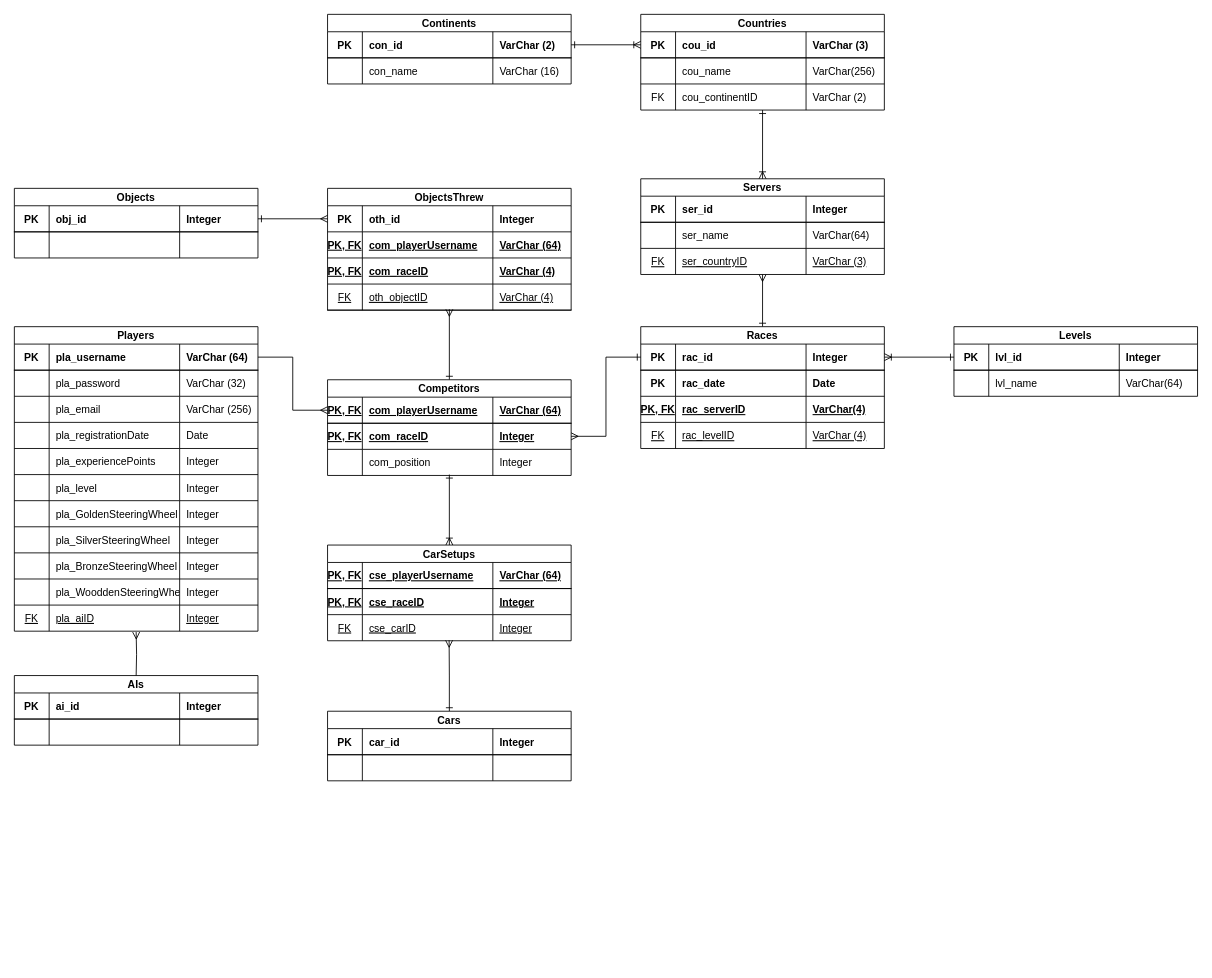
Earlier version of the draw.io diagram page "Base de Datos" (3 of 3) of Producto/Diseño/Diagramas.drawio (eespunes/Desarrollo-de-un-Prototipo-de-Videojuego-en-Red). Source tidied: cells renumbered, new cells numbered last; positions are measured from the earlier drawing's top-left corner, leaving out a move shared by most shapes. Both pictures are drawn from the tidied source at 87%, with x=0, y=0 at pixel (14, 14).
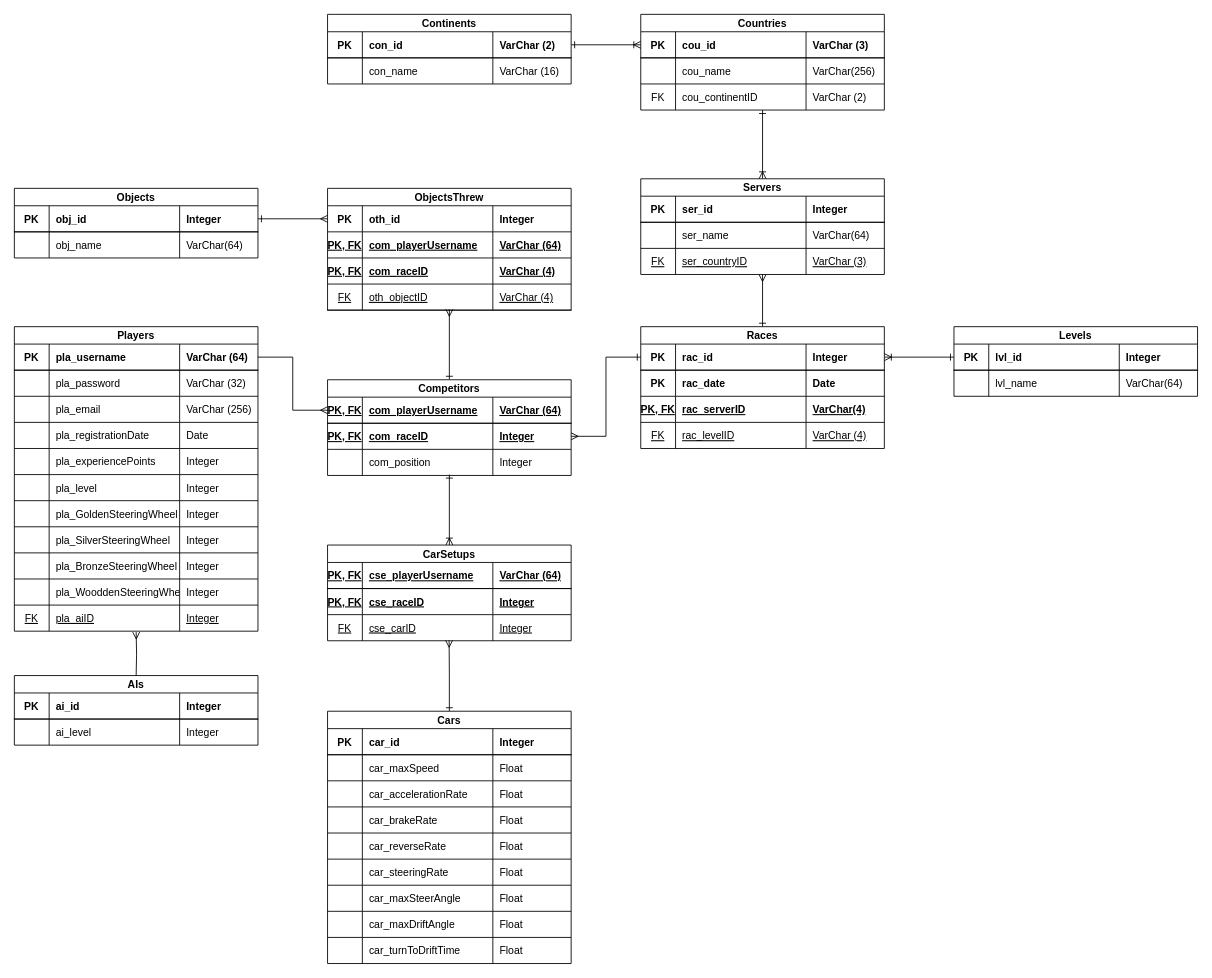
Above is the later version.

Unchanged cells that the change refers to:
```xml
<mxCell id="138" style="shape=partialRectangle;fillColor=none;top=0;left=0;bottom=0;right=0;" parent="133" vertex="1">
  <mxGeometry y="50" width="280" height="30" as="geometry" />
</mxCell>
<mxCell id="147" style="shape=partialRectangle;fillColor=none;top=0;left=0;bottom=0;right=0;" parent="142" vertex="1">
  <mxGeometry y="50" width="280" height="30" as="geometry" />
</mxCell>
<mxCell id="167" style="shape=partialRectangle;fillColor=none;top=0;left=0;bottom=0;right=0;" parent="162" vertex="1">
  <mxGeometry y="50" width="280" height="30" as="geometry" />
</mxCell>
```

The edit, as a diff of the source:
```diff
@@
     <mxCell id="133" value="Cars" style="shape=table;startSize=20;childLayout=tableLayout;rowLines=1;fontStyle=1;align=center;" parent="1" vertex="1">
-      <mxGeometry x="360" y="801" width="280" height="80" as="geometry" />
+      <mxGeometry x="360" y="801" width="280" height="290" as="geometry" />
     </mxCell>
@@
-    <mxCell id="140" style="shape=partialRectangle;fillColor=none;top=0;left=0;bottom=0;right=0;align=left;spacingLeft=6;overflow=hidden;fontStyle=0;" parent="138" vertex="1">
+    <mxCell id="140" value="car_maxSpeed" style="shape=partialRectangle;fillColor=none;top=0;left=0;bottom=0;right=0;align=left;spacingLeft=6;overflow=hidden;fontStyle=0;" parent="138" vertex="1">
       <mxGeometry x="40" width="150" height="30" as="geometry" />
     </mxCell>
-    <mxCell id="141" style="shape=partialRectangle;fillColor=none;top=0;left=0;bottom=0;right=0;align=left;spacingLeft=6;overflow=hidden;fontStyle=0;" parent="138" vertex="1">
+    <mxCell id="141" value="Float" style="shape=partialRectangle;fillColor=none;top=0;left=0;bottom=0;right=0;align=left;spacingLeft=6;overflow=hidden;fontStyle=0;" parent="138" vertex="1">
       <mxGeometry x="190" width="90" height="30" as="geometry" />
     </mxCell>
+    <mxCell id="189" style="shape=partialRectangle;fillColor=none;top=0;left=0;bottom=0;right=0;" parent="133" vertex="1">
+      <mxGeometry y="80" width="280" height="30" as="geometry" />
+    </mxCell>
+    <mxCell id="190" style="shape=partialRectangle;fillColor=none;top=0;left=0;bottom=0;right=0;overflow=hidden;" parent="189" vertex="1">
+      <mxGeometry width="40" height="30" as="geometry" />
+    </mxCell>
+    <mxCell id="191" value="car_accelerationRate" style="shape=partialRectangle;fillColor=none;top=0;left=0;bottom=0;right=0;align=left;spacingLeft=6;overflow=hidden;fontStyle=0;" parent="189" vertex="1">
+      <mxGeometry x="40" width="150" height="30" as="geometry" />
+    </mxCell>
+    <mxCell id="192" value="Float" style="shape=partialRectangle;fillColor=none;top=0;left=0;bottom=0;right=0;align=left;spacingLeft=6;overflow=hidden;fontStyle=0;" parent="189" vertex="1">
+      <mxGeometry x="190" width="90" height="30" as="geometry" />
+    </mxCell>
+    <mxCell id="193" style="shape=partialRectangle;fillColor=none;top=0;left=0;bottom=0;right=0;" parent="133" vertex="1">
+      <mxGeometry y="110" width="280" height="30" as="geometry" />
+    </mxCell>
+    <mxCell id="194" style="shape=partialRectangle;fillColor=none;top=0;left=0;bottom=0;right=0;overflow=hidden;" parent="193" vertex="1">
+      <mxGeometry width="40" height="30" as="geometry" />
+    </mxCell>
+    <mxCell id="195" value="car_brakeRate" style="shape=partialRectangle;fillColor=none;top=0;left=0;bottom=0;right=0;align=left;spacingLeft=6;overflow=hidden;fontStyle=0;" parent="193" vertex="1">
+      <mxGeometry x="40" width="150" height="30" as="geometry" />
+    </mxCell>
+    <mxCell id="196" value="Float" style="shape=partialRectangle;fillColor=none;top=0;left=0;bottom=0;right=0;align=left;spacingLeft=6;overflow=hidden;fontStyle=0;" parent="193" vertex="1">
+      <mxGeometry x="190" width="90" height="30" as="geometry" />
+    </mxCell>
+    <mxCell id="197" style="shape=partialRectangle;fillColor=none;top=0;left=0;bottom=0;right=0;" parent="133" vertex="1">
+      <mxGeometry y="140" width="280" height="30" as="geometry" />
+    </mxCell>
+    <mxCell id="198" style="shape=partialRectangle;fillColor=none;top=0;left=0;bottom=0;right=0;overflow=hidden;" parent="197" vertex="1">
+      <mxGeometry width="40" height="30" as="geometry" />
+    </mxCell>
+    <mxCell id="199" value="car_reverseRate" style="shape=partialRectangle;fillColor=none;top=0;left=0;bottom=0;right=0;align=left;spacingLeft=6;overflow=hidden;fontStyle=0;" parent="197" vertex="1">
+      <mxGeometry x="40" width="150" height="30" as="geometry" />
+    </mxCell>
+    <mxCell id="200" value="Float" style="shape=partialRectangle;fillColor=none;top=0;left=0;bottom=0;right=0;align=left;spacingLeft=6;overflow=hidden;fontStyle=0;" parent="197" vertex="1">
+      <mxGeometry x="190" width="90" height="30" as="geometry" />
+    </mxCell>
+    <mxCell id="201" style="shape=partialRectangle;fillColor=none;top=0;left=0;bottom=0;right=0;" parent="133" vertex="1">
+      <mxGeometry y="170" width="280" height="30" as="geometry" />
+    </mxCell>
+    <mxCell id="202" style="shape=partialRectangle;fillColor=none;top=0;left=0;bottom=0;right=0;overflow=hidden;" parent="201" vertex="1">
+      <mxGeometry width="40" height="30" as="geometry" />
+    </mxCell>
+    <mxCell id="203" value="car_steeringRate" style="shape=partialRectangle;fillColor=none;top=0;left=0;bottom=0;right=0;align=left;spacingLeft=6;overflow=hidden;fontStyle=0;" parent="201" vertex="1">
+      <mxGeometry x="40" width="150" height="30" as="geometry" />
+    </mxCell>
+    <mxCell id="204" value="Float" style="shape=partialRectangle;fillColor=none;top=0;left=0;bottom=0;right=0;align=left;spacingLeft=6;overflow=hidden;fontStyle=0;" parent="201" vertex="1">
+      <mxGeometry x="190" width="90" height="30" as="geometry" />
+    </mxCell>
+    <mxCell id="205" style="shape=partialRectangle;fillColor=none;top=0;left=0;bottom=0;right=0;" parent="133" vertex="1">
+      <mxGeometry y="200" width="280" height="30" as="geometry" />
+    </mxCell>
+    <mxCell id="206" style="shape=partialRectangle;fillColor=none;top=0;left=0;bottom=0;right=0;overflow=hidden;" parent="205" vertex="1">
+      <mxGeometry width="40" height="30" as="geometry" />
+    </mxCell>
+    <mxCell id="207" value="car_maxSteerAngle" style="shape=partialRectangle;fillColor=none;top=0;left=0;bottom=0;right=0;align=left;spacingLeft=6;overflow=hidden;fontStyle=0;" parent="205" vertex="1">
+      <mxGeometry x="40" width="150" height="30" as="geometry" />
+    </mxCell>
+    <mxCell id="208" value="Float" style="shape=partialRectangle;fillColor=none;top=0;left=0;bottom=0;right=0;align=left;spacingLeft=6;overflow=hidden;fontStyle=0;" parent="205" vertex="1">
+      <mxGeometry x="190" width="90" height="30" as="geometry" />
+    </mxCell>
+    <mxCell id="209" style="shape=partialRectangle;fillColor=none;top=0;left=0;bottom=0;right=0;" parent="133" vertex="1">
+      <mxGeometry y="230" width="280" height="30" as="geometry" />
+    </mxCell>
+    <mxCell id="210" style="shape=partialRectangle;fillColor=none;top=0;left=0;bottom=0;right=0;overflow=hidden;" parent="209" vertex="1">
+      <mxGeometry width="40" height="30" as="geometry" />
+    </mxCell>
+    <mxCell id="211" value="car_maxDriftAngle" style="shape=partialRectangle;fillColor=none;top=0;left=0;bottom=0;right=0;align=left;spacingLeft=6;overflow=hidden;fontStyle=0;" parent="209" vertex="1">
+      <mxGeometry x="40" width="150" height="30" as="geometry" />
+    </mxCell>
+    <mxCell id="212" value="Float" style="shape=partialRectangle;fillColor=none;top=0;left=0;bottom=0;right=0;align=left;spacingLeft=6;overflow=hidden;fontStyle=0;" parent="209" vertex="1">
+      <mxGeometry x="190" width="90" height="30" as="geometry" />
+    </mxCell>
+    <mxCell id="213" style="shape=partialRectangle;fillColor=none;top=0;left=0;bottom=0;right=0;" parent="133" vertex="1">
+      <mxGeometry y="260" width="280" height="30" as="geometry" />
+    </mxCell>
+    <mxCell id="214" style="shape=partialRectangle;fillColor=none;top=0;left=0;bottom=0;right=0;overflow=hidden;" parent="213" vertex="1">
+      <mxGeometry width="40" height="30" as="geometry" />
+    </mxCell>
+    <mxCell id="215" value="car_turnToDriftTime" style="shape=partialRectangle;fillColor=none;top=0;left=0;bottom=0;right=0;align=left;spacingLeft=6;overflow=hidden;fontStyle=0;" parent="213" vertex="1">
+      <mxGeometry x="40" width="150" height="30" as="geometry" />
+    </mxCell>
+    <mxCell id="216" value="Float" style="shape=partialRectangle;fillColor=none;top=0;left=0;bottom=0;right=0;align=left;spacingLeft=6;overflow=hidden;fontStyle=0;" parent="213" vertex="1">
+      <mxGeometry x="190" width="90" height="30" as="geometry" />
+    </mxCell>
@@
-    <mxCell id="149" style="shape=partialRectangle;fillColor=none;top=0;left=0;bottom=0;right=0;align=left;spacingLeft=6;overflow=hidden;fontStyle=0;" parent="147" vertex="1">
+    <mxCell id="149" value="ai_level" style="shape=partialRectangle;fillColor=none;top=0;left=0;bottom=0;right=0;align=left;spacingLeft=6;overflow=hidden;fontStyle=0;" parent="147" vertex="1">
       <mxGeometry x="40" width="150" height="30" as="geometry" />
     </mxCell>
-    <mxCell id="150" style="shape=partialRectangle;fillColor=none;top=0;left=0;bottom=0;right=0;align=left;spacingLeft=6;overflow=hidden;fontStyle=0;" parent="147" vertex="1">
+    <mxCell id="150" value="Integer" style="shape=partialRectangle;fillColor=none;top=0;left=0;bottom=0;right=0;align=left;spacingLeft=6;overflow=hidden;fontStyle=0;" parent="147" vertex="1">
       <mxGeometry x="190" width="90" height="30" as="geometry" />
     </mxCell>
@@
-    <mxCell id="169" style="shape=partialRectangle;fillColor=none;top=0;left=0;bottom=0;right=0;align=left;spacingLeft=6;overflow=hidden;fontStyle=0;" parent="167" vertex="1">
+    <mxCell id="169" value="obj_name" style="shape=partialRectangle;fillColor=none;top=0;left=0;bottom=0;right=0;align=left;spacingLeft=6;overflow=hidden;fontStyle=0;" parent="167" vertex="1">
       <mxGeometry x="40" width="150" height="30" as="geometry" />
     </mxCell>
-    <mxCell id="170" style="shape=partialRectangle;fillColor=none;top=0;left=0;bottom=0;right=0;align=left;spacingLeft=6;overflow=hidden;fontStyle=0;" parent="167" vertex="1">
+    <mxCell id="170" value="VarChar(64)" style="shape=partialRectangle;fillColor=none;top=0;left=0;bottom=0;right=0;align=left;spacingLeft=6;overflow=hidden;fontStyle=0;" parent="167" vertex="1">
       <mxGeometry x="190" width="90" height="30" as="geometry" />
     </mxCell>
```
